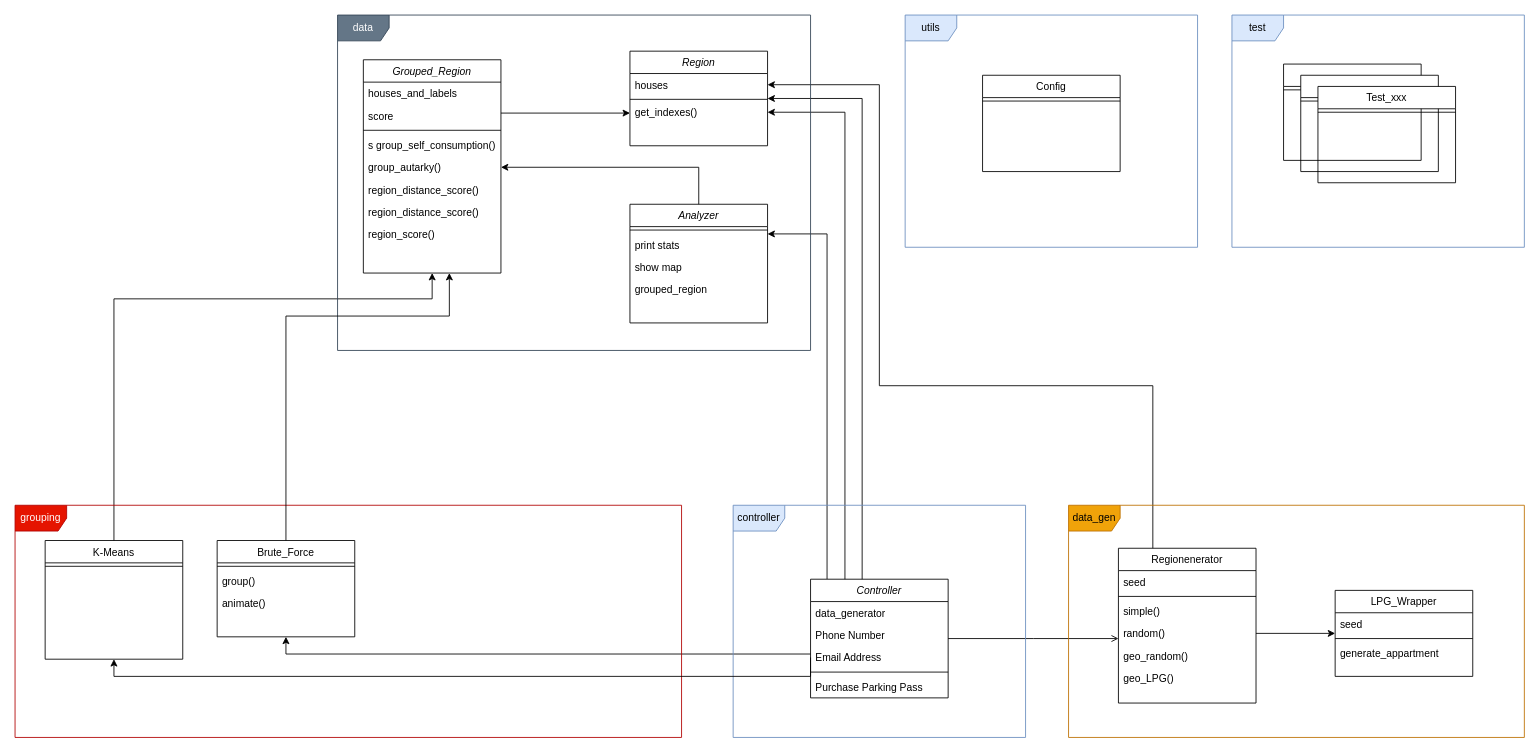
StevenLhmn/energy_grouping keeps this draw.io diagram as diagram/Architektur.drawio. Above is the earlier version. Source tidied: cells renumbered, new cells numbered last; positions are measured from the earlier drawing's top-left corner, leaving out a move shared by most shapes. Both pictures are drawn from the tidied source at 86%, with x=0, y=0 at pixel (15, 15).
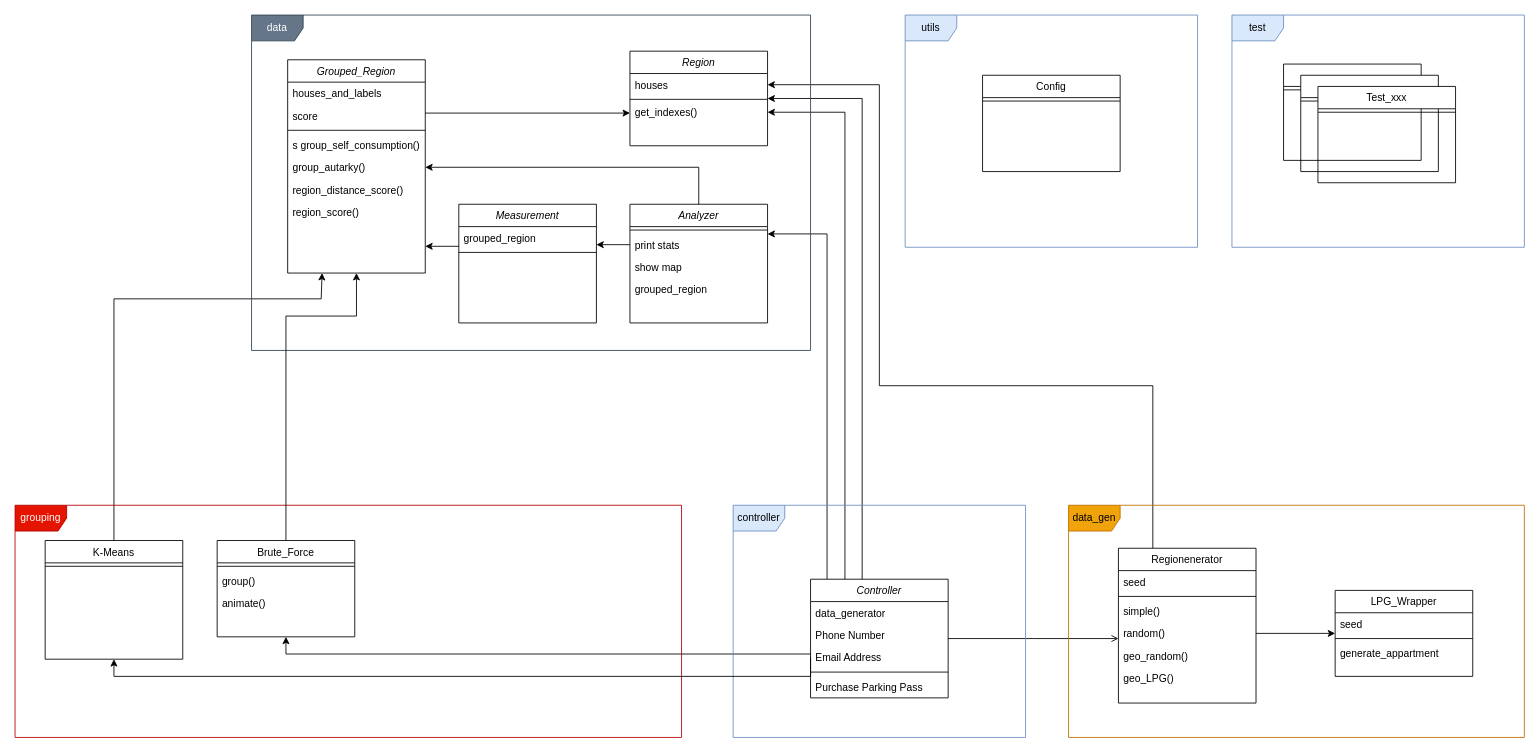
After the change.

Commit message:
added measurement in architecture

The change refers to these unchanged cells:
```xml
<mxCell id="9" value="K-Means" style="swimlane;fontStyle=0;align=center;verticalAlign=top;horizontal=1;startSize=26;rounded=0;shadow=0;strokeWidth=1;" parent="1" vertex="1">
  <mxGeometry x="35" y="611" width="160" height="138" as="geometry" />
</mxCell>
<mxCell id="11" value="Brute_Force" style="swimlane;fontStyle=0;align=center;verticalAlign=top;horizontal=1;startSize=26;rounded=0;shadow=0;strokeWidth=1;" parent="1" vertex="1">
  <mxGeometry x="235" y="611" width="160" height="112" as="geometry" />
</mxCell>
<mxCell id="49" value="print stats" style="text;align=left;verticalAlign=top;spacingLeft=4;spacingRight=4;overflow=hidden;points=[[0,0.5],[1,0.5]];portConstraint=eastwest;" parent="47" vertex="1">
  <mxGeometry y="34" width="160" height="26" as="geometry" />
</mxCell>
```

Change to the diagram source:
```diff
@@
-    <mxCell id="28" style="edgeStyle=orthogonalEdgeStyle;rounded=0;jettySize=auto;html=1;exitX=0.5;exitY=0;exitDx=0;exitDy=0;" parent="1" edge="1" source="9" target="32">
+    <mxCell id="28" style="edgeStyle=orthogonalEdgeStyle;rounded=0;jettySize=auto;html=1;exitX=0.5;exitY=0;exitDx=0;exitDy=0;entryX=0.25;entryY=1;entryDx=0;entryDy=0;" parent="1" edge="1" source="9" target="32">
       <mxGeometry relative="1" as="geometry">
         <Array as="points">
           <mxPoint x="115" y="330" />
-          <mxPoint x="485" y="330" />
+          <mxPoint x="356" y="330" />
         </Array>
       </mxGeometry>
     </mxCell>
@@
     <mxCell id="32" value="Grouped_Region" style="swimlane;fontStyle=2;align=center;verticalAlign=top;horizontal=1;startSize=26;rounded=0;shadow=0;strokeWidth=1;" parent="1" vertex="1">
-      <mxGeometry x="405" y="52" width="160" height="248" as="geometry" />
+      <mxGeometry x="317" y="52" width="160" height="248" as="geometry" />
     </mxCell>
@@
+    <mxCell id="54" value="region_score()" style="text;align=left;verticalAlign=top;spacingLeft=4;spacingRight=4;overflow=hidden;" parent="32" vertex="1">
+      <mxGeometry y="164" width="160" height="26" as="geometry" />
+    </mxCell>
@@
     <mxCell id="53" value="data" style="shape=umlFrame;whiteSpace=wrap;html=1;fillColor=#647687;fontColor=#ffffff;strokeColor=#314354;" parent="1" vertex="1">
-      <mxGeometry x="375" width="550" height="390" as="geometry" />
+      <mxGeometry x="275" width="650" height="390" as="geometry" />
     </mxCell>
-    <mxCell id="54" value="region_score()" style="text;align=left;verticalAlign=top;spacingLeft=4;spacingRight=4;overflow=hidden;" parent="1" vertex="1">
-      <mxGeometry x="405" y="242" width="160" height="26" as="geometry" />
-    </mxCell>
-    <mxCell id="55" value="region_distance_score()" style="text;align=left;verticalAlign=top;spacingLeft=4;spacingRight=4;overflow=hidden;" parent="1" vertex="1">
-      <mxGeometry x="405" y="216" width="160" height="26" as="geometry" />
-    </mxCell>
@@
-    <mxCell id="58" style="edgeStyle=orthogonalEdgeStyle;rounded=0;jettySize=auto;html=1;exitX=0.5;exitY=0;exitDx=0;exitDy=0;" parent="1" edge="1" source="11">
+    <mxCell id="58" style="edgeStyle=orthogonalEdgeStyle;rounded=0;jettySize=auto;html=1;exitX=0.5;exitY=0;exitDx=0;exitDy=0;entryX=0.5;entryY=1;entryDx=0;entryDy=0;" parent="1" edge="1" source="11" target="32">
       <mxGeometry relative="1" as="geometry">
-        <mxPoint x="505" y="300" as="targetPoint" />
         <Array as="points">
           <mxPoint x="315" y="350" />
-          <mxPoint x="505" y="350" />
+          <mxPoint x="397" y="350" />
         </Array>
       </mxGeometry>
     </mxCell>
@@
+    <mxCell id="69" value="Measurement" style="swimlane;fontStyle=2;align=center;verticalAlign=top;horizontal=1;startSize=26;rounded=0;shadow=0;strokeWidth=1;" parent="1" vertex="1">
+      <mxGeometry x="516" y="220" width="160" height="138" as="geometry" />
+    </mxCell>
+    <mxCell id="70" value="grouped_region" style="text;align=left;verticalAlign=top;spacingLeft=4;spacingRight=4;overflow=hidden;" parent="69" vertex="1">
+      <mxGeometry y="26" width="160" height="26" as="geometry" />
+    </mxCell>
+    <mxCell id="71" style="line;html=1;strokeWidth=1;align=left;verticalAlign=middle;spacingTop=-1;spacingLeft=3;spacingRight=3;labelPosition=right;" parent="69" vertex="1">
+      <mxGeometry y="52" width="160" height="8" as="geometry" />
+    </mxCell>
+    <mxCell id="72" style="edgeStyle=orthogonalEdgeStyle;rounded=0;jettySize=auto;html=1;exitX=0;exitY=0.5;exitDx=0;exitDy=0;" parent="1" edge="1" source="49">
+      <mxGeometry relative="1" as="geometry">
+        <mxPoint x="676" y="267" as="targetPoint" />
+        <Array as="points">
+          <mxPoint x="676" y="267" />
+        </Array>
+      </mxGeometry>
+    </mxCell>
+    <mxCell id="73" style="edgeStyle=orthogonalEdgeStyle;rounded=0;orthogonalLoop=1;jettySize=auto;html=1;exitX=0;exitY=0.5;exitDx=0;exitDy=0;" parent="1" edge="1">
+      <mxGeometry relative="1" as="geometry">
+        <mxPoint x="516" y="268.9" as="sourcePoint" />
+        <mxPoint x="477" y="268.9" as="targetPoint" />
+        <Array as="points">
+          <mxPoint x="477" y="268.9" />
+        </Array>
+      </mxGeometry>
+    </mxCell>
```
